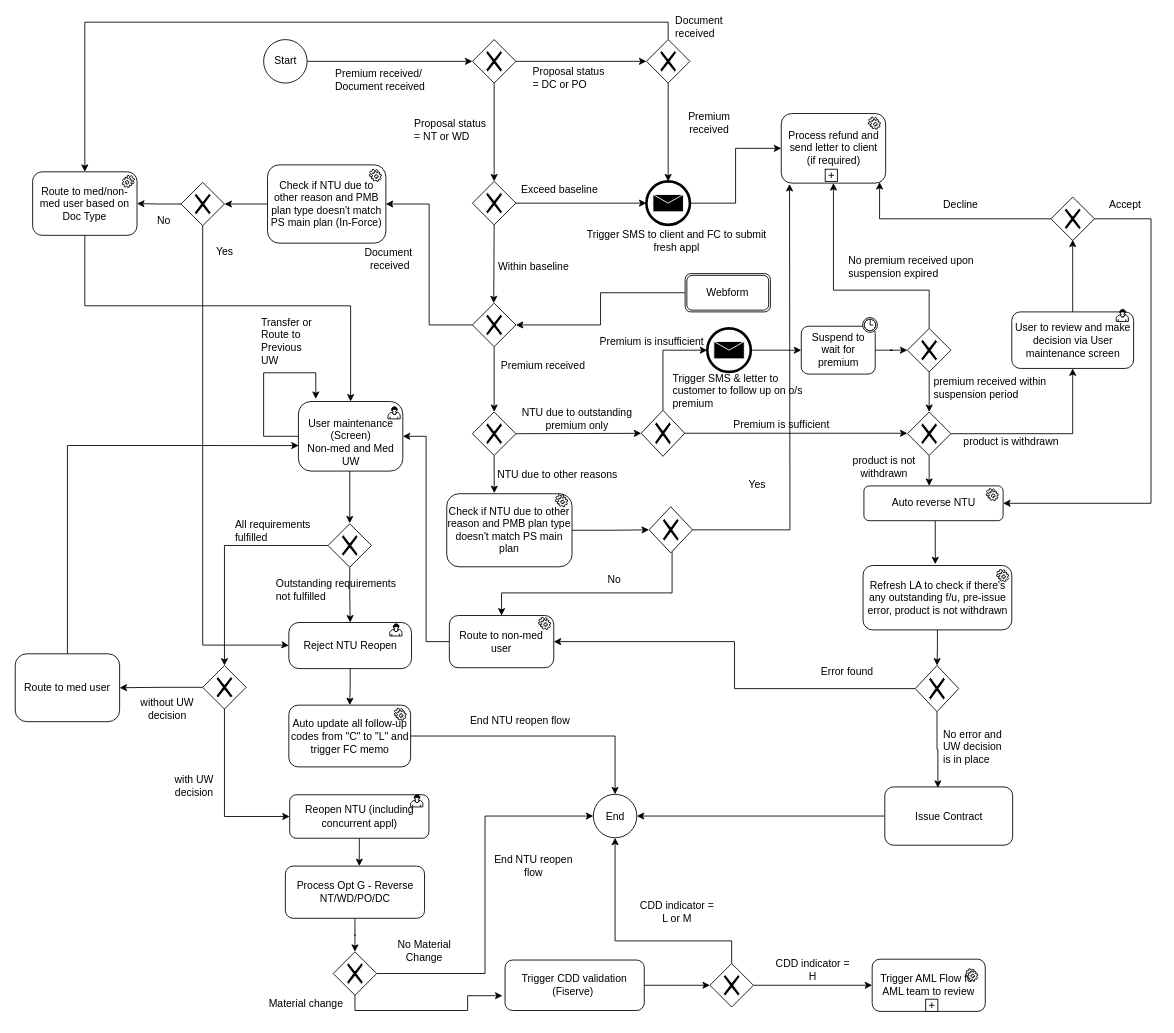
Jefferzonlee/WorkFlow-BPR keeps this draw.io diagram as page "NTU Reopen" (9 of 11) of HS.drawio. Above is the earlier version. Source tidied: cells renumbered, new cells numbered last; positions are measured from the earlier drawing's top-left corner, leaving out a move shared by most shapes. Both pictures are drawn from the tidied source at 87%, with x=0, y=0 at pixel (15, 18).
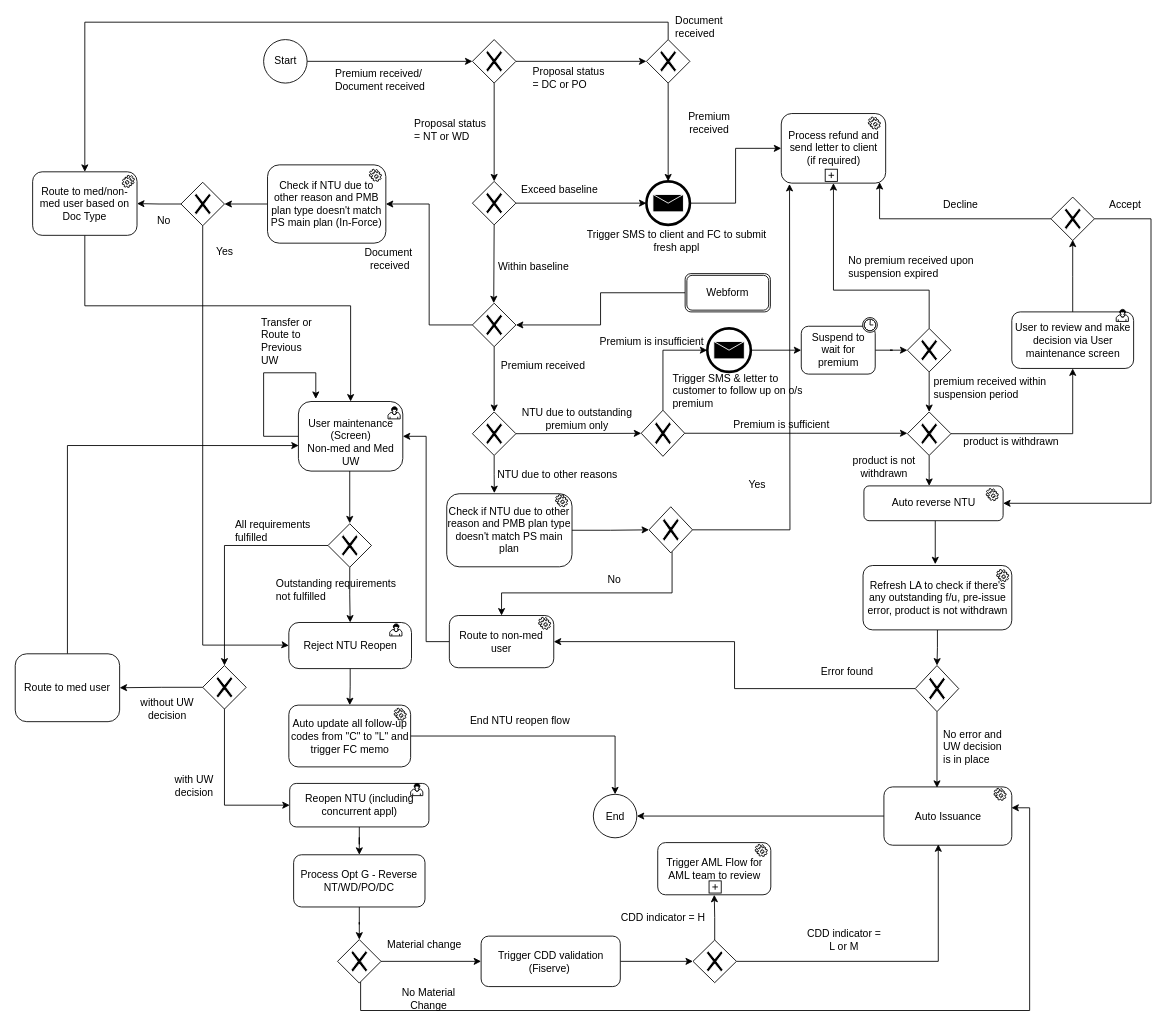
After the change.

Unchanged cells that the change refers to:
```xml
<mxCell id="67" value="End" style="ellipse;whiteSpace=wrap;html=1;" parent="1" vertex="1">
  <mxGeometry x="664.5" y="891.5" width="50" height="50" as="geometry" />
</mxCell>
<mxCell id="130" style="shape=mxgraph.bpmn.shape;html=1;verticalLabelPosition=bottom;labelBackgroundColor=#ffffff;verticalAlign=top;align=center;perimeter=rhombusPerimeter;background=gateway;outlineConnect=0;outline=none;symbol=exclusiveGw;" parent="1" vertex="1">
  <mxGeometry x="215.5" y="743.5" width="50" height="50" as="geometry" />
</mxCell>
```

Change to the diagram source:
```diff
@@
     <mxCell id="2" value="Trigger AML Flow for AML team to review" style="rounded=1;whiteSpace=wrap;html=1;" parent="1" vertex="1">
-      <mxGeometry x="985" y="1081" width="130" height="60" as="geometry" />
+      <mxGeometry x="738.5" y="947" width="130" height="60" as="geometry" />
     </mxCell>
@@
-    <mxCell id="32" value="Issue Contract" style="rounded=1;whiteSpace=wrap;html=1;direction=south;" parent="1" vertex="1">
-      <mxGeometry x="999.5" y="883" width="147" height="67" as="geometry" />
+    <mxCell id="32" value="Auto Issuance" style="rounded=1;whiteSpace=wrap;html=1;direction=south;" parent="1" vertex="1">
+      <mxGeometry x="998.5" y="883" width="147" height="67" as="geometry" />
     </mxCell>
@@
-    <mxCell id="54" style="edgeStyle=orthogonalEdgeStyle;rounded=0;jettySize=auto;html=1;" parent="1" edge="1" source="55">
-      <mxGeometry relative="1" as="geometry">
-        <mxPoint x="395.5" y="974" as="targetPoint" />
-      </mxGeometry>
-    </mxCell>
+    <mxCell id="148" style="edgeStyle=orthogonalEdgeStyle;rounded=0;jettySize=auto;html=1;entryX=0.5;entryY=0;entryDx=0;entryDy=0;" parent="1" edge="1" source="55" target="109">
+      <mxGeometry relative="1" as="geometry" />
+    </mxCell>
     <mxCell id="55" value="Reopen NTU (including concurrent appl)&lt;br&gt;" style="html=1;whiteSpace=wrap;rounded=1;" parent="1" vertex="1">
-      <mxGeometry x="315.5" y="892" width="160" height="50" as="geometry" />
+      <mxGeometry x="315.5" y="879" width="160" height="50" as="geometry" />
     </mxCell>
@@
-    <mxCell id="87" value="End NTU reopen flow" style="text;html=1;strokeColor=none;fillColor=none;align=center;verticalAlign=middle;whiteSpace=wrap;rounded=0;" parent="1" vertex="1">
-      <mxGeometry x="548.5" y="964" width="94" height="20" as="geometry" />
-    </mxCell>
@@
-    <mxCell id="108" style="edgeStyle=orthogonalEdgeStyle;rounded=0;jettySize=auto;html=1;" parent="1" edge="1" source="109" target="119">
+    <mxCell id="108" style="edgeStyle=orthogonalEdgeStyle;rounded=0;jettySize=auto;html=1;entryX=0.5;entryY=0;entryDx=0;entryDy=0;" parent="1" edge="1" source="109" target="119">
       <mxGeometry relative="1" as="geometry" />
     </mxCell>
     <mxCell id="109" value="Process Opt G - Reverse NT/WD/PO/DC" style="rounded=1;whiteSpace=wrap;html=1;" parent="1" vertex="1">
-      <mxGeometry x="310.5" y="974" width="160" height="60" as="geometry" />
+      <mxGeometry x="320" y="961" width="151" height="60" as="geometry" />
     </mxCell>
@@
     <mxCell id="111" value="Trigger CDD validation (Fiserve)&amp;nbsp;" style="rounded=1;whiteSpace=wrap;html=1;" parent="1" vertex="1">
-      <mxGeometry x="563" y="1082" width="160" height="58" as="geometry" />
+      <mxGeometry x="535.5" y="1054.5" width="160" height="58" as="geometry" />
     </mxCell>
     <mxCell id="112" style="shape=mxgraph.bpmn.service_task;html=1;" parent="1" vertex="1">
-      <mxGeometry x="1092.5" y="1092" width="14" height="14" as="geometry" />
+      <mxGeometry x="850.5" y="949" width="14" height="14" as="geometry" />
     </mxCell>
     <mxCell id="113" value="CDD indicator = L or M" style="text;html=1;strokeColor=none;fillColor=none;align=center;verticalAlign=middle;whiteSpace=wrap;rounded=0;" parent="1" vertex="1">
-      <mxGeometry x="714.5" y="1017" width="92" height="20" as="geometry" />
+      <mxGeometry x="906.5" y="1049" width="92" height="20" as="geometry" />
     </mxCell>
     <mxCell id="114" value="CDD indicator = H" style="text;html=1;strokeColor=none;fillColor=none;align=center;verticalAlign=middle;whiteSpace=wrap;rounded=0;" parent="1" vertex="1">
-      <mxGeometry x="871" y="1083" width="92" height="20" as="geometry" />
+      <mxGeometry x="690" y="1024" width="110" height="20" as="geometry" />
     </mxCell>
     <mxCell id="115" style="shape=plus;html=1;fillColor=#FFFFFF;" parent="1" vertex="1">
-      <mxGeometry x="1046.5" y="1127" width="14" height="14" as="geometry" />
+      <mxGeometry x="797.5" y="991" width="14" height="14" as="geometry" />
     </mxCell>
     <mxCell id="116" value="Material change" style="text;html=1;strokeColor=none;fillColor=none;align=center;verticalAlign=middle;whiteSpace=wrap;rounded=0;" parent="1" vertex="1">
-      <mxGeometry x="285" y="1123" width="99" height="20" as="geometry" />
+      <mxGeometry x="421" y="1054.5" width="99" height="20" as="geometry" />
     </mxCell>
-    <mxCell id="117" style="edgeStyle=orthogonalEdgeStyle;rounded=0;jettySize=auto;html=1;" parent="1" edge="1" source="119">
-      <mxGeometry relative="1" as="geometry">
-        <mxPoint x="560" y="1123" as="targetPoint" />
-        <Array as="points">
-          <mxPoint x="391" y="1140" />
-          <mxPoint x="520" y="1140" />
-          <mxPoint x="520" y="1123" />
-        </Array>
-      </mxGeometry>
-    </mxCell>
-    <mxCell id="118" style="edgeStyle=orthogonalEdgeStyle;rounded=0;jettySize=auto;html=1;entryX=0;entryY=0.5;entryDx=0;entryDy=0;" parent="1" edge="1" source="119" target="67">
-      <mxGeometry relative="1" as="geometry" />
-    </mxCell>
+    <mxCell id="149" style="edgeStyle=orthogonalEdgeStyle;rounded=0;jettySize=auto;html=1;" parent="1" edge="1" source="119" target="111">
+      <mxGeometry relative="1" as="geometry" />
+    </mxCell>
+    <mxCell id="150" style="edgeStyle=orthogonalEdgeStyle;rounded=0;jettySize=auto;html=1;entryX=0.358;entryY=0.003;entryDx=0;entryDy=0;entryPerimeter=0;" parent="1" edge="1" source="119" target="32">
+      <mxGeometry relative="1" as="geometry">
+        <Array as="points">
+          <mxPoint x="397" y="1140" />
+          <mxPoint x="1166" y="1140" />
+          <mxPoint x="1166" y="907" />
+        </Array>
+      </mxGeometry>
+    </mxCell>
     <mxCell id="119" style="shape=mxgraph.bpmn.shape;html=1;verticalLabelPosition=bottom;labelBackgroundColor=#ffffff;verticalAlign=top;align=center;perimeter=rhombusPerimeter;background=gateway;outlineConnect=0;outline=none;symbol=exclusiveGw;" parent="1" vertex="1">
-      <mxGeometry x="365.5" y="1072.5" width="50" height="50" as="geometry" />
+      <mxGeometry x="370.5" y="1058.5" width="50" height="50" as="geometry" />
     </mxCell>
     <mxCell id="120" value="No Material Change" style="text;html=1;strokeColor=none;fillColor=none;align=center;verticalAlign=middle;whiteSpace=wrap;rounded=0;" parent="1" vertex="1">
-      <mxGeometry x="421" y="1061.5" width="99" height="20" as="geometry" />
+      <mxGeometry x="425.5" y="1117" width="99" height="20" as="geometry" />
     </mxCell>
-    <mxCell id="121" style="edgeStyle=orthogonalEdgeStyle;rounded=0;jettySize=auto;html=1;entryX=0;entryY=0.5;entryDx=0;entryDy=0;" parent="1" edge="1" source="123" target="2">
+    <mxCell id="121" style="edgeStyle=orthogonalEdgeStyle;rounded=0;jettySize=auto;html=1;entryX=0.5;entryY=1;entryDx=0;entryDy=0;" parent="1" edge="1" source="123" target="2">
       <mxGeometry relative="1" as="geometry" />
     </mxCell>
-    <mxCell id="122" style="edgeStyle=orthogonalEdgeStyle;rounded=0;jettySize=auto;html=1;entryX=0.5;entryY=1;entryDx=0;entryDy=0;" parent="1" edge="1" source="123" target="67">
-      <mxGeometry relative="1" as="geometry">
-        <Array as="points">
-          <mxPoint x="824" y="1060" />
-          <mxPoint x="690" y="1060" />
-        </Array>
-      </mxGeometry>
-    </mxCell>
+    <mxCell id="151" style="edgeStyle=orthogonalEdgeStyle;rounded=0;jettySize=auto;html=1;entryX=0.985;entryY=0.575;entryDx=0;entryDy=0;entryPerimeter=0;" parent="1" edge="1" source="123" target="32">
+      <mxGeometry relative="1" as="geometry" />
+    </mxCell>
     <mxCell id="123" style="shape=mxgraph.bpmn.shape;html=1;verticalLabelPosition=bottom;labelBackgroundColor=#ffffff;verticalAlign=top;align=center;perimeter=rhombusPerimeter;background=gateway;outlineConnect=0;outline=none;symbol=exclusiveGw;" parent="1" vertex="1">
-      <mxGeometry x="798.5" y="1086" width="50" height="50" as="geometry" />
+      <mxGeometry x="779" y="1059" width="50" height="49" as="geometry" />
     </mxCell>
@@
     <mxCell id="129" style="edgeStyle=orthogonalEdgeStyle;rounded=0;jettySize=auto;html=1;entryX=0;entryY=0.5;entryDx=0;entryDy=0;" parent="1" edge="1" source="130" target="55">
       <mxGeometry relative="1" as="geometry">
         <Array as="points">
-          <mxPoint x="240" y="917" />
+          <mxPoint x="240" y="904" />
         </Array>
       </mxGeometry>
     </mxCell>
@@
+    <mxCell id="152" style="shape=mxgraph.bpmn.service_task;html=1;" parent="1" vertex="1">
+      <mxGeometry x="1125" y="884.5" width="14" height="14" as="geometry" />
+    </mxCell>
```
